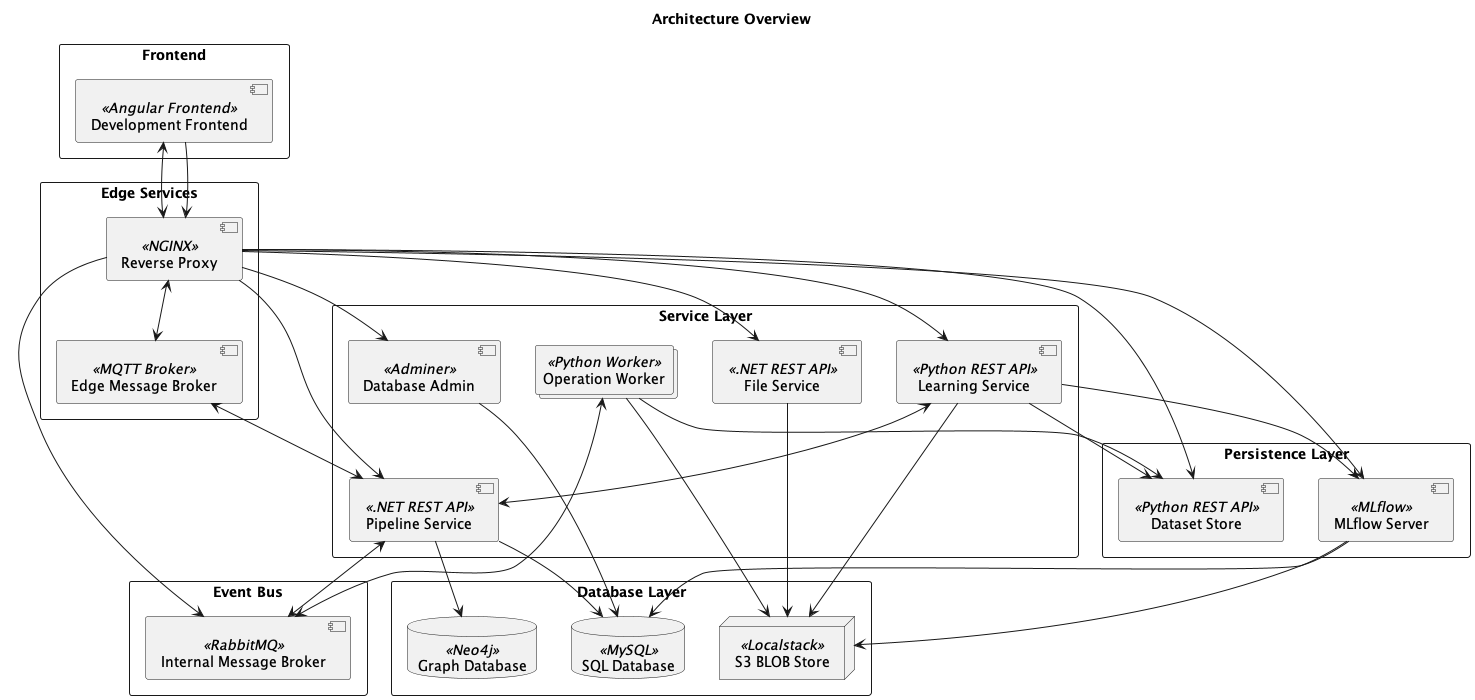
Earlier version of the PlantUML export docs/architecture/overview.png (project-hanse/prototype-a).
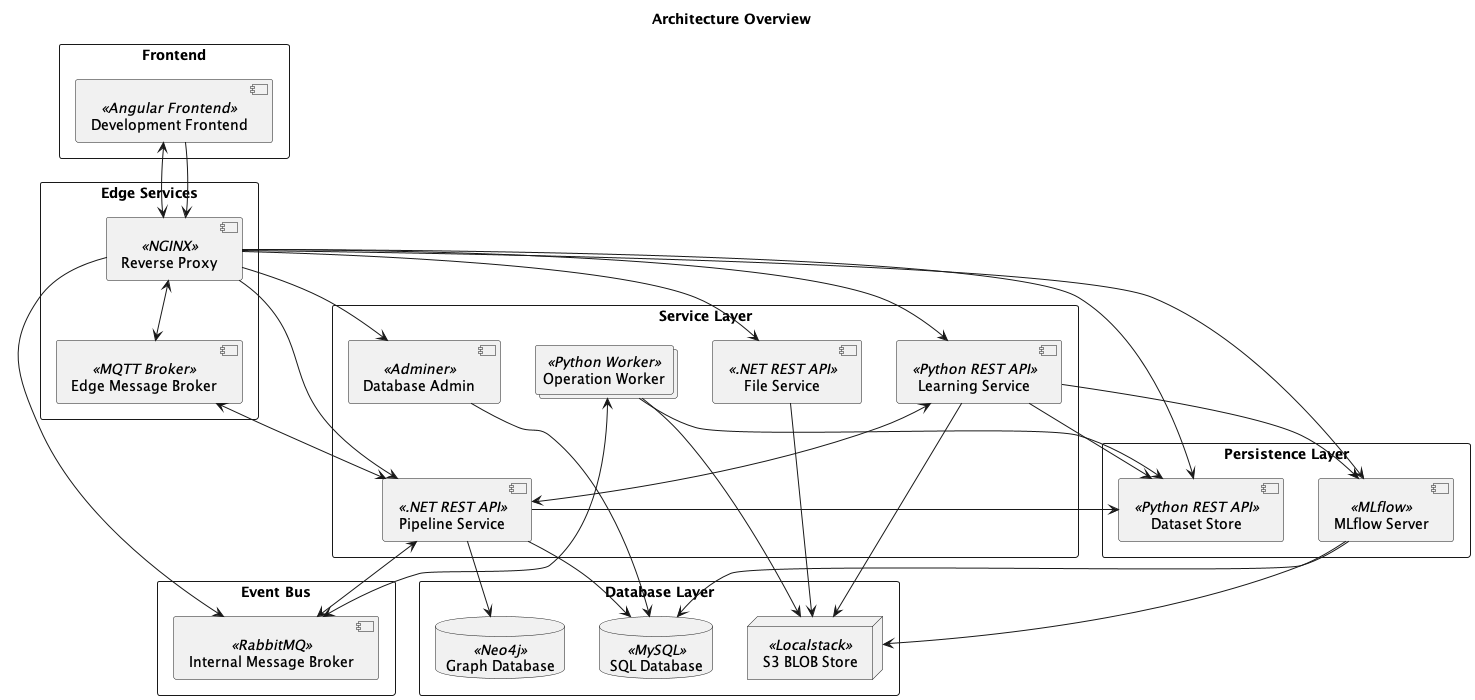
After the commit.

Commit message:
docs: add schema for pipeline candidate generation and update system overview

What changed in the source:
```diff
@@ -57,6 +57,7 @@
 pipeline_service <--> message_broker_internal
 pipeline_service <--> message_broker_edge
 pipeline_service --> mysql_db
+pipeline_service --> dataset_store
 
 adminer --> mysql_db
 
```
